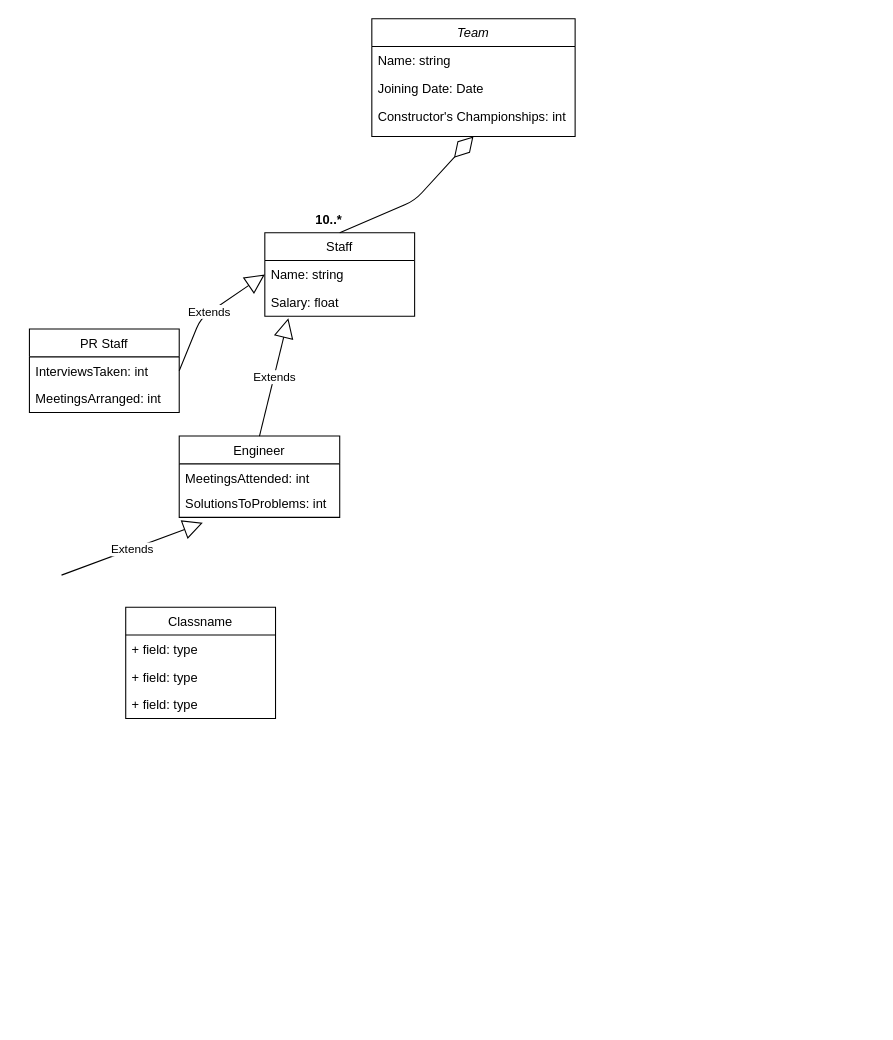
Before: Module 2 OOP Fundamentals/Untitled Diagram.drawio in edi334/Amdaris_2021, a draw.io diagram. Source tidied: cells renumbered, new cells numbered last; positions are measured from the earlier drawing's top-left corner, leaving out a move shared by most shapes. Both pictures are drawn from the tidied source at 107%, with x=0, y=0 at pixel (29, 18).
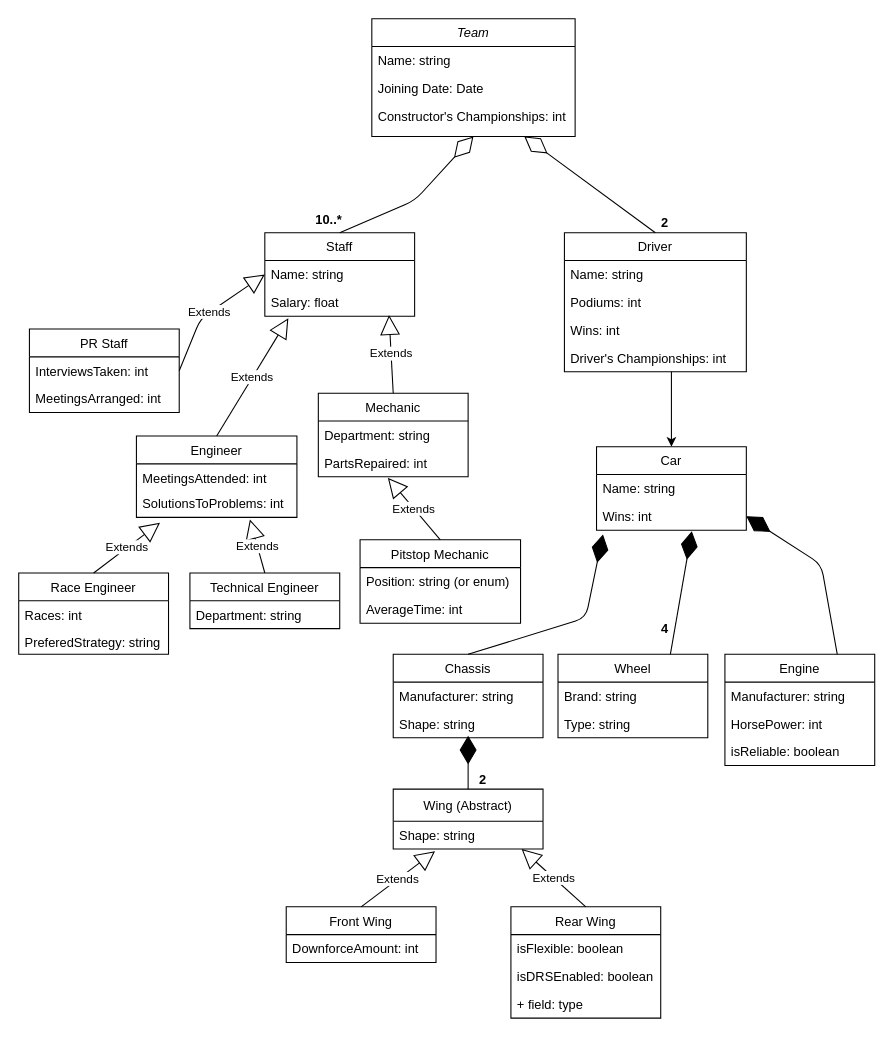
The same page after the edit.

Commit message:
added driver, car and the other classes

The change refers to these unchanged cells:
```xml
<mxCell id="2" value="Team" style="swimlane;fontStyle=2;align=center;verticalAlign=top;horizontal=1;startSize=26;rounded=0;shadow=0;strokeWidth=1;" parent="1" vertex="1">
  <mxGeometry x="320" width="190" height="110" as="geometry" />
</mxCell>
<mxCell id="8" value="Salary: float" style="text;strokeColor=none;fillColor=none;align=left;verticalAlign=top;spacingLeft=4;spacingRight=4;overflow=hidden;points=[[0,0.5],[1,0.5]];portConstraint=eastwest;" parent="6" vertex="1">
  <mxGeometry y="52" width="140" height="26" as="geometry" />
</mxCell>
<mxCell id="17" value="SolutionsToProblems: int" style="text;strokeColor=none;fillColor=none;align=left;verticalAlign=top;spacingLeft=4;spacingRight=4;overflow=hidden;points=[[0,0.5],[1,0.5]];portConstraint=eastwest;" parent="15" vertex="1">
  <mxGeometry y="50" width="150" height="26" as="geometry" />
</mxCell>
```

What changed in the source:
```diff
@@
     <mxCell id="15" value="Engineer" style="swimlane;fontStyle=0;horizontal=1;startSize=26;fillColor=none;" parent="1" vertex="1">
-      <mxGeometry x="140" y="390" width="150" height="76" as="geometry" />
+      <mxGeometry x="100" y="390" width="150" height="76" as="geometry" />
     </mxCell>
@@
-    <mxCell id="19" value="Classname" style="swimlane;fontStyle=0;horizontal=1;startSize=26;fillColor=none;" parent="1" vertex="1">
-      <mxGeometry x="90" y="550" width="140" height="104" as="geometry" />
+    <mxCell id="19" value="Race Engineer" style="swimlane;fontStyle=0;horizontal=1;startSize=26;fillColor=none;" parent="1" vertex="1">
+      <mxGeometry x="-10" y="518" width="140" height="76" as="geometry" />
     </mxCell>
+    <mxCell id="24" value="Races: int" style="text;strokeColor=none;fillColor=none;align=left;verticalAlign=top;spacingLeft=4;spacingRight=4;overflow=hidden;" parent="19" vertex="1">
+      <mxGeometry y="26" width="140" height="26" as="geometry" />
+    </mxCell>
-    <mxCell id="20" value="+ field: type" style="text;strokeColor=none;fillColor=none;align=left;verticalAlign=top;spacingLeft=4;spacingRight=4;overflow=hidden;" parent="19" vertex="1">
-      <mxGeometry y="26" width="140" height="26" as="geometry" />
+    <mxCell id="20" value="PreferedStrategy: string" style="text;strokeColor=none;fillColor=none;align=left;verticalAlign=top;spacingLeft=4;spacingRight=4;overflow=hidden;" parent="19" vertex="1">
+      <mxGeometry y="52" width="140" height="24" as="geometry" />
     </mxCell>
-    <mxCell id="21" value="+ field: type" style="text;strokeColor=none;fillColor=none;align=left;verticalAlign=top;spacingLeft=4;spacingRight=4;overflow=hidden;" parent="19" vertex="1">
-      <mxGeometry y="52" width="140" height="26" as="geometry" />
-    </mxCell>
+    <mxCell id="23" value="Extends" style="endArrow=block;endSize=16;endFill=0;html=1;entryX=0.147;entryY=1.192;entryDx=0;entryDy=0;entryPerimeter=0;exitX=0.5;exitY=0;exitDx=0;exitDy=0;" parent="1" edge="1" source="19" target="17">
+      <mxGeometry relative="1" as="geometry" />
+    </mxCell>
+    <mxCell id="25" value="Technical Engineer" style="swimlane;fontStyle=0;horizontal=1;startSize=26;fillColor=none;" parent="1" vertex="1">
+      <mxGeometry x="150" y="518" width="140" height="52" as="geometry" />
+    </mxCell>
+    <mxCell id="26" value="Department: string" style="text;strokeColor=none;fillColor=none;align=left;verticalAlign=top;spacingLeft=4;spacingRight=4;overflow=hidden;" parent="25" vertex="1">
+      <mxGeometry y="26" width="140" height="26" as="geometry" />
+    </mxCell>
+    <mxCell id="27" value="Extends" style="endArrow=block;endSize=16;endFill=0;html=1;entryX=0.707;entryY=1.077;entryDx=0;entryDy=0;entryPerimeter=0;exitX=0.5;exitY=0;exitDx=0;exitDy=0;" parent="1" edge="1" source="25" target="17">
+      <mxGeometry relative="1" as="geometry" />
+    </mxCell>
+    <mxCell id="28" value="Mechanic" style="swimlane;fontStyle=0;horizontal=1;startSize=26;fillColor=none;" parent="1" vertex="1">
+      <mxGeometry x="270" y="350" width="140" height="78" as="geometry" />
+    </mxCell>
+    <mxCell id="29" value="Department: string" style="text;strokeColor=none;fillColor=none;align=left;verticalAlign=top;spacingLeft=4;spacingRight=4;overflow=hidden;" parent="28" vertex="1">
+      <mxGeometry y="26" width="140" height="26" as="geometry" />
+    </mxCell>
+    <mxCell id="30" value="PartsRepaired: int" style="text;strokeColor=none;fillColor=none;align=left;verticalAlign=top;spacingLeft=4;spacingRight=4;overflow=hidden;points=[[0,0.5],[1,0.5]];portConstraint=eastwest;" parent="28" vertex="1">
+      <mxGeometry y="52" width="140" height="26" as="geometry" />
+    </mxCell>
+    <mxCell id="31" value="Extends" style="endArrow=block;endSize=16;endFill=0;html=1;entryX=0.829;entryY=0.962;entryDx=0;entryDy=0;entryPerimeter=0;exitX=0.5;exitY=0;exitDx=0;exitDy=0;" parent="1" edge="1" source="28" target="8">
+      <mxGeometry relative="1" as="geometry" />
+    </mxCell>
+    <mxCell id="32" value="Pitstop Mechanic" style="swimlane;fontStyle=0;horizontal=1;startSize=26;fillColor=none;" parent="1" vertex="1">
+      <mxGeometry x="309" y="487" width="150" height="78" as="geometry" />
+    </mxCell>
+    <mxCell id="33" value="Position: string (or enum)" style="text;strokeColor=none;fillColor=none;align=left;verticalAlign=top;spacingLeft=4;spacingRight=4;overflow=hidden;" parent="32" vertex="1">
+      <mxGeometry y="26" width="150" height="26" as="geometry" />
+    </mxCell>
+    <mxCell id="34" value="AverageTime: int" style="text;strokeColor=none;fillColor=none;align=left;verticalAlign=top;spacingLeft=4;spacingRight=4;overflow=hidden;" parent="32" vertex="1">
+      <mxGeometry y="52" width="150" height="26" as="geometry" />
+    </mxCell>
+    <mxCell id="35" value="Extends" style="endArrow=block;endSize=16;endFill=0;html=1;exitX=0.5;exitY=0;exitDx=0;exitDy=0;entryX=0.464;entryY=1.038;entryDx=0;entryDy=0;entryPerimeter=0;" parent="1" edge="1" source="32" target="30">
+      <mxGeometry relative="1" as="geometry" />
+    </mxCell>
+    <mxCell id="36" style="edgeStyle=orthogonalEdgeStyle;rounded=0;jettySize=auto;html=1;entryX=0.5;entryY=0;entryDx=0;entryDy=0;" parent="1" edge="1" source="37" target="43">
+      <mxGeometry relative="1" as="geometry">
+        <Array as="points">
+          <mxPoint x="600" y="350" />
+          <mxPoint x="600" y="350" />
+        </Array>
+      </mxGeometry>
+    </mxCell>
+    <mxCell id="37" value="Driver" style="swimlane;fontStyle=0;horizontal=1;startSize=26;fillColor=none;" parent="1" vertex="1">
+      <mxGeometry x="500" y="200" width="170" height="130" as="geometry" />
+    </mxCell>
+    <mxCell id="38" value="Name: string" style="text;strokeColor=none;fillColor=none;align=left;verticalAlign=top;spacingLeft=4;spacingRight=4;overflow=hidden;" parent="37" vertex="1">
+      <mxGeometry y="26" width="170" height="26" as="geometry" />
+    </mxCell>
+    <mxCell id="39" value="Podiums: int " style="text;strokeColor=none;fillColor=none;align=left;verticalAlign=top;spacingLeft=4;spacingRight=4;overflow=hidden;" parent="37" vertex="1">
+      <mxGeometry y="52" width="170" height="26" as="geometry" />
+    </mxCell>
+    <mxCell id="40" value="Wins: int" style="text;strokeColor=none;fillColor=none;align=left;verticalAlign=top;spacingLeft=4;spacingRight=4;overflow=hidden;" parent="37" vertex="1">
+      <mxGeometry y="78" width="170" height="26" as="geometry" />
+    </mxCell>
+    <mxCell id="41" value="Driver's Championships: int" style="text;strokeColor=none;fillColor=none;align=left;verticalAlign=top;spacingLeft=4;spacingRight=4;overflow=hidden;" parent="37" vertex="1">
+      <mxGeometry y="104" width="170" height="26" as="geometry" />
+    </mxCell>
+    <mxCell id="42" style="endArrow=diamondThin;endFill=0;endSize=24;html=1;entryX=0.75;entryY=1;entryDx=0;entryDy=0;exitX=0.5;exitY=0;exitDx=0;exitDy=0;" parent="1" edge="1" source="37" target="2">
+      <mxGeometry relative="1" as="geometry" />
+    </mxCell>
+    <mxCell id="43" value="Car" style="swimlane;fontStyle=0;horizontal=1;startSize=26;fillColor=none;" parent="1" vertex="1">
+      <mxGeometry x="530" y="400" width="140" height="78" as="geometry" />
+    </mxCell>
+    <mxCell id="44" value="Name: string" style="text;strokeColor=none;fillColor=none;align=left;verticalAlign=top;spacingLeft=4;spacingRight=4;overflow=hidden;" parent="43" vertex="1">
+      <mxGeometry y="26" width="140" height="26" as="geometry" />
+    </mxCell>
+    <mxCell id="45" value="Wins: int" style="text;strokeColor=none;fillColor=none;align=left;verticalAlign=top;spacingLeft=4;spacingRight=4;overflow=hidden;points=[[0,0.5],[1,0.5]];portConstraint=eastwest;" parent="43" vertex="1">
+      <mxGeometry y="52" width="140" height="26" as="geometry" />
+    </mxCell>
+    <mxCell id="46" style="endArrow=diamondThin;endFill=1;endSize=24;html=1;entryX=0.636;entryY=1.038;entryDx=0;entryDy=0;entryPerimeter=0;exitX=0.75;exitY=0;exitDx=0;exitDy=0;" parent="1" edge="1" source="47" target="45">
+      <mxGeometry relative="1" as="geometry" />
+    </mxCell>
+    <mxCell id="47" value="Wheel" style="swimlane;fontStyle=0;horizontal=1;startSize=26;fillColor=none;" parent="1" vertex="1">
+      <mxGeometry x="494" y="594" width="140" height="78" as="geometry" />
+    </mxCell>
+    <mxCell id="48" value="Brand: string" style="text;strokeColor=none;fillColor=none;align=left;verticalAlign=top;spacingLeft=4;spacingRight=4;overflow=hidden;" parent="47" vertex="1">
+      <mxGeometry y="26" width="140" height="26" as="geometry" />
+    </mxCell>
+    <mxCell id="49" value="Type: string" style="text;strokeColor=none;fillColor=none;align=left;verticalAlign=top;spacingLeft=4;spacingRight=4;overflow=hidden;" parent="47" vertex="1">
+      <mxGeometry y="52" width="140" height="26" as="geometry" />
+    </mxCell>
+    <mxCell id="50" value="Engine" style="swimlane;fontStyle=0;horizontal=1;startSize=26;fillColor=none;" parent="1" vertex="1">
+      <mxGeometry x="650" y="594" width="140" height="104" as="geometry" />
+    </mxCell>
+    <mxCell id="51" value="Manufacturer: string" style="text;strokeColor=none;fillColor=none;align=left;verticalAlign=top;spacingLeft=4;spacingRight=4;overflow=hidden;" parent="50" vertex="1">
+      <mxGeometry y="26" width="140" height="26" as="geometry" />
+    </mxCell>
+    <mxCell id="52" value="HorsePower: int" style="text;strokeColor=none;fillColor=none;align=left;verticalAlign=top;spacingLeft=4;spacingRight=4;overflow=hidden;" parent="50" vertex="1">
+      <mxGeometry y="52" width="140" height="26" as="geometry" />
+    </mxCell>
+    <mxCell id="53" value="isReliable: boolean" style="text;strokeColor=none;fillColor=none;align=left;verticalAlign=top;spacingLeft=4;spacingRight=4;overflow=hidden;" parent="50" vertex="1">
+      <mxGeometry y="78" width="140" height="26" as="geometry" />
+    </mxCell>
+    <mxCell id="54" value="4" style="text;align=center;fontStyle=1;verticalAlign=middle;spacingLeft=3;spacingRight=3;strokeColor=none;" parent="1" vertex="1">
+      <mxGeometry x="554" y="557" width="80" height="26" as="geometry" />
+    </mxCell>
+    <mxCell id="55" style="endArrow=diamondThin;endFill=1;endSize=24;html=1;entryX=1;entryY=0.5;entryDx=0;entryDy=0;exitX=0.75;exitY=0;exitDx=0;exitDy=0;" parent="1" edge="1" source="50" target="45">
+      <mxGeometry relative="1" as="geometry">
+        <Array as="points">
+          <mxPoint x="740" y="510" />
+        </Array>
+      </mxGeometry>
+    </mxCell>
+    <mxCell id="56" style="endArrow=diamondThin;endFill=1;endSize=24;html=1;entryX=0.043;entryY=1.154;entryDx=0;entryDy=0;entryPerimeter=0;exitX=0.5;exitY=0;exitDx=0;exitDy=0;" parent="1" edge="1" source="57" target="45">
+      <mxGeometry relative="1" as="geometry">
+        <Array as="points">
+          <mxPoint x="520" y="560" />
+        </Array>
+      </mxGeometry>
+    </mxCell>
+    <mxCell id="57" value="Chassis" style="swimlane;fontStyle=0;horizontal=1;startSize=26;fillColor=none;" parent="1" vertex="1">
+      <mxGeometry x="340" y="594" width="140" height="78" as="geometry" />
+    </mxCell>
+    <mxCell id="58" value="Manufacturer: string" style="text;strokeColor=none;fillColor=none;align=left;verticalAlign=top;spacingLeft=4;spacingRight=4;overflow=hidden;" parent="57" vertex="1">
+      <mxGeometry y="26" width="140" height="26" as="geometry" />
+    </mxCell>
+    <mxCell id="59" value="Shape: string" style="text;strokeColor=none;fillColor=none;align=left;verticalAlign=top;spacingLeft=4;spacingRight=4;overflow=hidden;" parent="57" vertex="1">
+      <mxGeometry y="52" width="140" height="26" as="geometry" />
+    </mxCell>
+    <mxCell id="60" value="Wing (Abstract)" style="swimlane;fontStyle=0;horizontal=1;startSize=30;fillColor=none;" parent="1" vertex="1">
+      <mxGeometry x="340" y="720" width="140" height="56" as="geometry" />
+    </mxCell>
+    <mxCell id="61" value="Shape: string" style="text;strokeColor=none;fillColor=none;align=left;verticalAlign=top;spacingLeft=4;spacingRight=4;overflow=hidden;points=[[0,0.5],[1,0.5]];portConstraint=eastwest;" parent="60" vertex="1">
+      <mxGeometry y="30" width="140" height="26" as="geometry" />
+    </mxCell>
+    <mxCell id="62" style="endArrow=diamondThin;endFill=1;endSize=24;html=1;exitX=0.5;exitY=0;exitDx=0;exitDy=0;" parent="1" edge="1" source="60">
+      <mxGeometry relative="1" as="geometry">
+        <mxPoint x="410" y="670" as="targetPoint" />
+      </mxGeometry>
+    </mxCell>
+    <mxCell id="63" value="2" style="text;align=center;fontStyle=1;verticalAlign=middle;spacingLeft=3;spacingRight=3;strokeColor=none;" parent="1" vertex="1">
+      <mxGeometry x="384" y="698" width="80" height="26" as="geometry" />
+    </mxCell>
+    <mxCell id="64" value="2" style="text;align=center;fontStyle=1;verticalAlign=middle;spacingLeft=3;spacingRight=3;strokeColor=none;" parent="1" vertex="1">
+      <mxGeometry x="554" y="177" width="80" height="26" as="geometry" />
+    </mxCell>
+    <mxCell id="65" value="Extends" style="endArrow=block;endSize=16;endFill=0;html=1;exitX=0.5;exitY=0;exitDx=0;exitDy=0;entryX=0.279;entryY=1.077;entryDx=0;entryDy=0;entryPerimeter=0;" parent="1" edge="1" source="66" target="61">
+      <mxGeometry relative="1" as="geometry" />
+    </mxCell>
+    <mxCell id="66" value="Front Wing" style="swimlane;fontStyle=0;horizontal=1;startSize=26;fillColor=none;" parent="1" vertex="1">
+      <mxGeometry x="240" y="830" width="140" height="52" as="geometry" />
+    </mxCell>
+    <mxCell id="67" value="DownforceAmount: int" style="text;strokeColor=none;fillColor=none;align=left;verticalAlign=top;spacingLeft=4;spacingRight=4;overflow=hidden;" parent="66" vertex="1">
+      <mxGeometry y="26" width="140" height="26" as="geometry" />
+    </mxCell>
+    <mxCell id="68" value="Rear Wing" style="swimlane;fontStyle=0;horizontal=1;startSize=26;fillColor=none;" parent="1" vertex="1">
+      <mxGeometry x="450" y="830" width="140" height="104" as="geometry" />
+    </mxCell>
+    <mxCell id="69" value="isFlexible: boolean" style="text;strokeColor=none;fillColor=none;align=left;verticalAlign=top;spacingLeft=4;spacingRight=4;overflow=hidden;" parent="68" vertex="1">
+      <mxGeometry y="26" width="140" height="26" as="geometry" />
+    </mxCell>
+    <mxCell id="70" value="isDRSEnabled: boolean" style="text;strokeColor=none;fillColor=none;align=left;verticalAlign=top;spacingLeft=4;spacingRight=4;overflow=hidden;" parent="68" vertex="1">
+      <mxGeometry y="52" width="140" height="26" as="geometry" />
+    </mxCell>
-    <mxCell id="22" value="+ field: type" style="text;strokeColor=none;fillColor=none;align=left;verticalAlign=top;spacingLeft=4;spacingRight=4;overflow=hidden;" parent="19" vertex="1">
+    <mxCell id="22" value="+ field: type" style="text;strokeColor=none;fillColor=none;align=left;verticalAlign=top;spacingLeft=4;spacingRight=4;overflow=hidden;" parent="68" vertex="1">
       <mxGeometry y="78" width="140" height="26" as="geometry" />
     </mxCell>
-    <mxCell id="23" value="Extends" style="endArrow=block;endSize=16;endFill=0;html=1;entryX=0.147;entryY=1.192;entryDx=0;entryDy=0;entryPerimeter=0;" parent="1" edge="1" target="17">
-      <mxGeometry relative="1" as="geometry">
-        <mxPoint x="30" y="520" as="sourcePoint" />
-      </mxGeometry>
-    </mxCell>
+    <mxCell id="71" value="Extends" style="endArrow=block;endSize=16;endFill=0;html=1;entryX=0.857;entryY=1;entryDx=0;entryDy=0;entryPerimeter=0;exitX=0.5;exitY=0;exitDx=0;exitDy=0;" parent="1" edge="1" source="68" target="61">
+      <mxGeometry relative="1" as="geometry" />
+    </mxCell>
```
